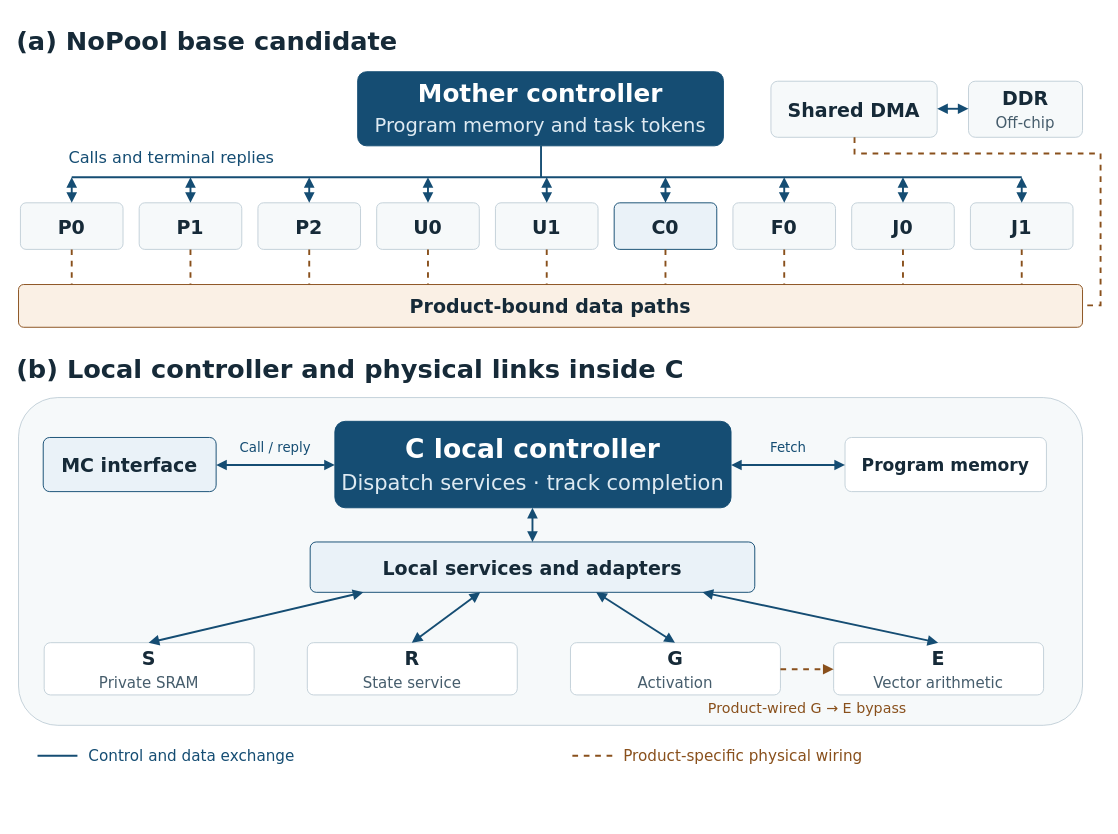
Earlier version of the draw.io diagram page "1 - Base and C control" (1 of 2) of docs/papers/dac-control/control-figures.drawio (rayggxia-workspace/LLMHardwareDesign). Source tidied: cells renumbered, new cells numbered last; positions are measured from the earlier drawing's top-left corner, leaving out a move shared by most shapes. Both pictures are drawn from the tidied source at 95%, with x=0, y=0 at pixel (16, 16).
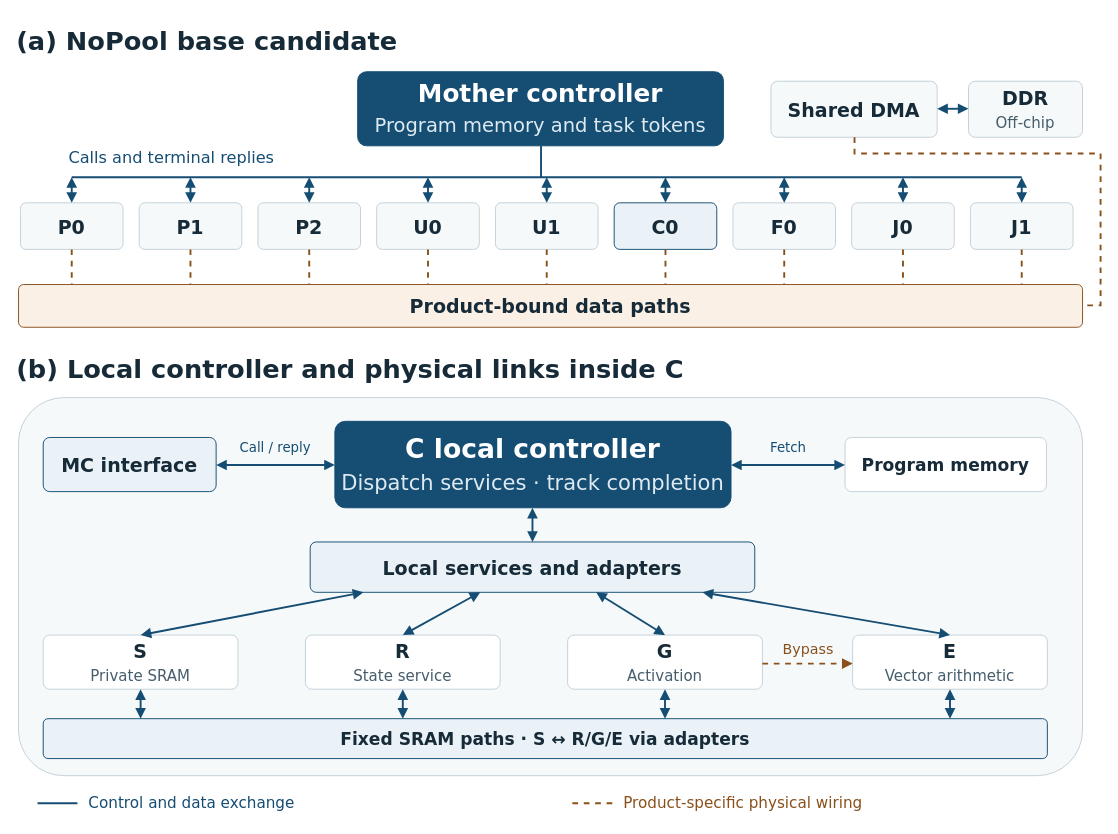
The same diagram, later.

Commit message (it also covers changes not shown here):
Show fixed SRAM paths and compare attention Q/K preparation

The change refers to these unchanged cells:
```xml
<mxCell id="48" value="&lt;b&gt;Local services and adapters&lt;/b&gt;" style="rounded=1;arcSize=12;whiteSpace=wrap;html=1;align=center;verticalAlign=middle;strokeColor=#154D73;fillColor=#EAF2F8;fontColor=#162A38;fontFamily=DejaVu Sans;fontSize=20;spacing=0;" parent="1" vertex="1">
  <mxGeometry x="309" y="553" width="468" height="53" as="geometry" />
</mxCell>
```

The edit, as a diff of the source:
```diff
@@
     <mxCell id="40" value="&lt;b&gt;&lt;/b&gt;" style="rounded=1;arcSize=12;whiteSpace=wrap;html=1;align=center;verticalAlign=middle;strokeColor=#C2D0D8;fillColor=#F6F9FA;fontColor=#162A38;fontFamily=DejaVu Sans;fontSize=20;spacing=0;" parent="1" vertex="1">
-      <mxGeometry x="2" y="401" width="1120" height="345" as="geometry" />
+      <mxGeometry x="2" y="401" width="1120" height="398" as="geometry" />
     </mxCell>
@@
     <mxCell id="50" value="&lt;b&gt;S&lt;/b&gt;&lt;br&gt;&lt;span style=&quot;font-size:15.8px;color:#465D6C&quot;&gt;Private SRAM&lt;/span&gt;" style="rounded=1;arcSize=12;whiteSpace=wrap;html=1;align=center;verticalAlign=middle;strokeColor=#C2D0D8;fillColor=white;fontColor=#162A38;fontFamily=DejaVu Sans;fontSize=20;spacing=0;" parent="1" vertex="1">
-      <mxGeometry x="29" y="659" width="221" height="55" as="geometry" />
+      <mxGeometry x="28" y="651" width="205" height="57" as="geometry" />
     </mxCell>
-    <mxCell id="51" style="edgeStyle=none;rounded=0;html=1;strokeColor=#154D73;strokeWidth=2;dashed=0;startArrow=block;endArrow=block;exitX=0.119658;exitY=1;exitPerimeter=0;entryX=0.497738;entryY=0;entryPerimeter=0;" parent="1" edge="1" source="48" target="50">
+    <mxCell id="51" style="edgeStyle=none;rounded=0;html=1;strokeColor=#154D73;strokeWidth=2;dashed=0;startArrow=block;endArrow=block;exitX=0.119658;exitY=1;exitPerimeter=0;entryX=0.5;entryY=0;entryPerimeter=0;" parent="1" edge="1" source="48" target="50">
       <mxGeometry relative="1" as="geometry" />
     </mxCell>
     <mxCell id="52" value="&lt;b&gt;R&lt;/b&gt;&lt;br&gt;&lt;span style=&quot;font-size:15.8px;color:#465D6C&quot;&gt;State service&lt;/span&gt;" style="rounded=1;arcSize=12;whiteSpace=wrap;html=1;align=center;verticalAlign=middle;strokeColor=#C2D0D8;fillColor=white;fontColor=#162A38;fontFamily=DejaVu Sans;fontSize=20;spacing=0;" parent="1" vertex="1">
-      <mxGeometry x="306" y="659" width="221" height="55" as="geometry" />
+      <mxGeometry x="304" y="651" width="205" height="57" as="geometry" />
     </mxCell>
-    <mxCell id="53" style="edgeStyle=none;rounded=0;html=1;strokeColor=#154D73;strokeWidth=2;dashed=0;startArrow=block;endArrow=block;exitX=0.382479;exitY=1;exitPerimeter=0;entryX=0.497738;entryY=0;entryPerimeter=0;" parent="1" edge="1" source="48" target="52">
+    <mxCell id="53" style="edgeStyle=none;rounded=0;html=1;strokeColor=#154D73;strokeWidth=2;dashed=0;startArrow=block;endArrow=block;exitX=0.382479;exitY=1;exitPerimeter=0;entryX=0.5;entryY=0;entryPerimeter=0;" parent="1" edge="1" source="48" target="52">
       <mxGeometry relative="1" as="geometry" />
     </mxCell>
     <mxCell id="54" value="&lt;b&gt;G&lt;/b&gt;&lt;br&gt;&lt;span style=&quot;font-size:15.8px;color:#465D6C&quot;&gt;Activation&lt;/span&gt;" style="rounded=1;arcSize=12;whiteSpace=wrap;html=1;align=center;verticalAlign=middle;strokeColor=#C2D0D8;fillColor=white;fontColor=#162A38;fontFamily=DejaVu Sans;fontSize=20;spacing=0;" parent="1" vertex="1">
-      <mxGeometry x="583" y="659" width="221" height="55" as="geometry" />
+      <mxGeometry x="580" y="651" width="205" height="57" as="geometry" />
     </mxCell>
-    <mxCell id="55" style="edgeStyle=none;rounded=0;html=1;strokeColor=#154D73;strokeWidth=2;dashed=0;startArrow=block;endArrow=block;exitX=0.643162;exitY=1;exitPerimeter=0;entryX=0.497738;entryY=0;entryPerimeter=0;" parent="1" edge="1" source="48" target="54">
+    <mxCell id="55" style="edgeStyle=none;rounded=0;html=1;strokeColor=#154D73;strokeWidth=2;dashed=0;startArrow=block;endArrow=block;exitX=0.643162;exitY=1;exitPerimeter=0;entryX=0.5;entryY=0;entryPerimeter=0;" parent="1" edge="1" source="48" target="54">
       <mxGeometry relative="1" as="geometry" />
     </mxCell>
     <mxCell id="56" value="&lt;b&gt;E&lt;/b&gt;&lt;br&gt;&lt;span style=&quot;font-size:15.8px;color:#465D6C&quot;&gt;Vector arithmetic&lt;/span&gt;" style="rounded=1;arcSize=12;whiteSpace=wrap;html=1;align=center;verticalAlign=middle;strokeColor=#C2D0D8;fillColor=white;fontColor=#162A38;fontFamily=DejaVu Sans;fontSize=20;spacing=0;" parent="1" vertex="1">
-      <mxGeometry x="860" y="659" width="221" height="55" as="geometry" />
+      <mxGeometry x="880" y="651" width="205" height="57" as="geometry" />
     </mxCell>
-    <mxCell id="57" style="edgeStyle=none;rounded=0;html=1;strokeColor=#154D73;strokeWidth=2;dashed=0;startArrow=block;endArrow=block;exitX=0.882479;exitY=1;exitPerimeter=0;entryX=0.497738;entryY=0;entryPerimeter=0;" parent="1" edge="1" source="48" target="56">
+    <mxCell id="57" style="edgeStyle=none;rounded=0;html=1;strokeColor=#154D73;strokeWidth=2;dashed=0;startArrow=block;endArrow=block;exitX=0.882479;exitY=1;exitPerimeter=0;entryX=0.5;entryY=0;entryPerimeter=0;" parent="1" edge="1" source="48" target="56">
       <mxGeometry relative="1" as="geometry" />
     </mxCell>
+    <mxCell id="64" value="&lt;b&gt;Fixed SRAM paths · S ↔ R/G/E via adapters&lt;/b&gt;" style="rounded=1;arcSize=12;whiteSpace=wrap;html=1;align=center;verticalAlign=middle;strokeColor=#154D73;fillColor=#EAF2F8;fontColor=#162A38;fontFamily=DejaVu Sans;fontSize=18;spacing=0;" parent="1" vertex="1">
+      <mxGeometry x="28" y="739" width="1057" height="42" as="geometry" />
+    </mxCell>
+    <mxCell id="65" style="edgeStyle=none;rounded=0;html=1;strokeColor=#154D73;strokeWidth=2;dashed=0;startArrow=block;endArrow=block;exitX=0.5;exitY=1;exitPerimeter=0;entryX=0.0969726;entryY=0;entryPerimeter=0;" parent="1" edge="1" source="50" target="64">
+      <mxGeometry relative="1" as="geometry" />
+    </mxCell>
+    <mxCell id="66" style="edgeStyle=none;rounded=0;html=1;strokeColor=#154D73;strokeWidth=2;dashed=0;startArrow=block;endArrow=block;exitX=0.5;exitY=1;exitPerimeter=0;entryX=0.358089;entryY=0;entryPerimeter=0;" parent="1" edge="1" source="52" target="64">
+      <mxGeometry relative="1" as="geometry" />
+    </mxCell>
+    <mxCell id="67" style="edgeStyle=none;rounded=0;html=1;strokeColor=#154D73;strokeWidth=2;dashed=0;startArrow=block;endArrow=block;exitX=0.5;exitY=1;exitPerimeter=0;entryX=0.619205;entryY=0;entryPerimeter=0;" parent="1" edge="1" source="54" target="64">
+      <mxGeometry relative="1" as="geometry" />
+    </mxCell>
+    <mxCell id="68" style="edgeStyle=none;rounded=0;html=1;strokeColor=#154D73;strokeWidth=2;dashed=0;startArrow=block;endArrow=block;exitX=0.5;exitY=1;exitPerimeter=0;entryX=0.903027;entryY=0;entryPerimeter=0;" parent="1" edge="1" source="56" target="64">
+      <mxGeometry relative="1" as="geometry" />
+    </mxCell>
-    <mxCell id="58" style="edgeStyle=none;rounded=0;html=1;strokeColor=#89501C;strokeWidth=2;dashed=1;startArrow=none;endArrow=block;exitX=1;exitY=0.509091;exitPerimeter=0;entryX=0;entryY=0.509091;entryPerimeter=0;" parent="1" edge="1" source="54" target="56">
+    <mxCell id="58" style="edgeStyle=none;rounded=0;html=1;strokeColor=#89501C;strokeWidth=2;dashed=1;startArrow=none;endArrow=block;exitX=1;exitY=0.526316;exitPerimeter=0;entryX=0;entryY=0.526316;entryPerimeter=0;" parent="1" edge="1" source="54" target="56">
       <mxGeometry relative="1" as="geometry" />
     </mxCell>
-    <mxCell id="59" value="Product-wired G → E bypass" style="text;html=1;align=center;verticalAlign=middle;spacing=0;overflow=visible;fontFamily=DejaVu Sans;fontSize=15;fontColor=#89501C;fontStyle=0;" parent="1" vertex="1">
-      <mxGeometry x="672" y="713" width="320" height="30" as="geometry" />
+    <mxCell id="59" value="Bypass" style="text;html=1;align=center;verticalAlign=middle;spacing=0;overflow=visible;fontFamily=DejaVu Sans;fontSize=15;fontColor=#89501C;fontStyle=0;" parent="1" vertex="1">
+      <mxGeometry x="790" y="650" width="85" height="30" as="geometry" />
     </mxCell>
     <mxCell id="60" style="edgeStyle=none;rounded=0;html=1;strokeColor=#154D73;strokeWidth=2;dashed=0;startArrow=none;endArrow=none;" parent="1" edge="1">
       <mxGeometry relative="1" as="geometry">
-        <mxPoint x="22" y="778" as="sourcePoint" />
-        <mxPoint x="64" y="778" as="targetPoint" />
+        <mxPoint x="22" y="828" as="sourcePoint" />
+        <mxPoint x="64" y="828" as="targetPoint" />
       </mxGeometry>
     </mxCell>
     <mxCell id="61" value="Control and data exchange" style="text;html=1;align=left;verticalAlign=middle;spacing=0;overflow=visible;fontFamily=DejaVu Sans;fontSize=16;fontColor=#154D73;fontStyle=0;" parent="1" vertex="1">
-      <mxGeometry x="76" y="762" width="470" height="32" as="geometry" />
+      <mxGeometry x="76" y="812" width="470" height="32" as="geometry" />
     </mxCell>
     <mxCell id="62" style="edgeStyle=none;rounded=0;html=1;strokeColor=#89501C;strokeWidth=2;dashed=1;startArrow=none;endArrow=none;" parent="1" edge="1">
       <mxGeometry relative="1" as="geometry">
-        <mxPoint x="585" y="778" as="sourcePoint" />
-        <mxPoint x="627" y="778" as="targetPoint" />
+        <mxPoint x="585" y="828" as="sourcePoint" />
+        <mxPoint x="627" y="828" as="targetPoint" />
       </mxGeometry>
     </mxCell>
     <mxCell id="63" value="Product-specific physical wiring" style="text;html=1;align=left;verticalAlign=middle;spacing=0;overflow=visible;fontFamily=DejaVu Sans;fontSize=16;fontColor=#89501C;fontStyle=0;" parent="1" vertex="1">
-      <mxGeometry x="639" y="762" width="470" height="32" as="geometry" />
+      <mxGeometry x="639" y="812" width="470" height="32" as="geometry" />
     </mxCell>
```
